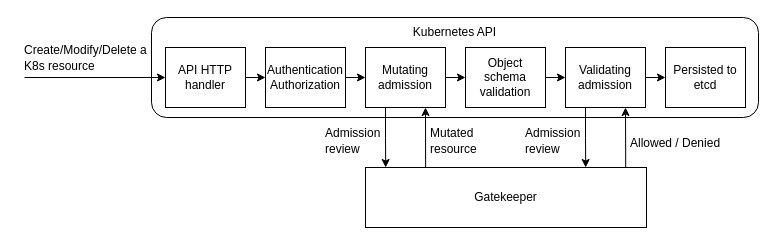
Above: admission_control_service/docs/architecture.drawio in glaciation-heu/IceStream (draw.io), before the change. Source tidied: cells renumbered, new cells numbered last; positions are measured from the earlier drawing's top-left corner, leaving out a move shared by most shapes. Both pictures are drawn from the tidied source at 100%, with x=0, y=0 at pixel (19, 17).
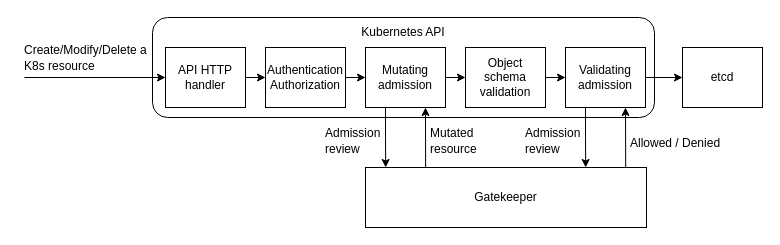
The same diagram, later.

Commit message (it also covers changes not shown here):
Fix admission control service architecture

The edit, as a diff of the source:
```diff
@@
     <mxCell id="2" style="rounded=1;whiteSpace=wrap;html=1;" parent="1" vertex="1">
-      <mxGeometry x="132" width="607" height="100" as="geometry" />
+      <mxGeometry x="133" width="502" height="100" as="geometry" />
     </mxCell>
@@
-    <mxCell id="16" value="Persisted to etcd" style="rounded=0;whiteSpace=wrap;html=1;" parent="1" vertex="1">
-      <mxGeometry x="646" y="30" width="80" height="60" as="geometry" />
+    <mxCell id="16" value="etcd" style="rounded=0;whiteSpace=wrap;html=1;" parent="1" vertex="1">
+      <mxGeometry x="663" y="30" width="80" height="60" as="geometry" />
     </mxCell>
@@
     <mxCell id="18" value="Kubernetes API" style="text;html=1;strokeColor=none;fillColor=none;align=center;verticalAlign=middle;whiteSpace=wrap;rounded=0;" parent="1" vertex="1">
-      <mxGeometry x="132" width="607" height="30" as="geometry" />
+      <mxGeometry x="133" width="502" height="30" as="geometry" />
     </mxCell>
```
